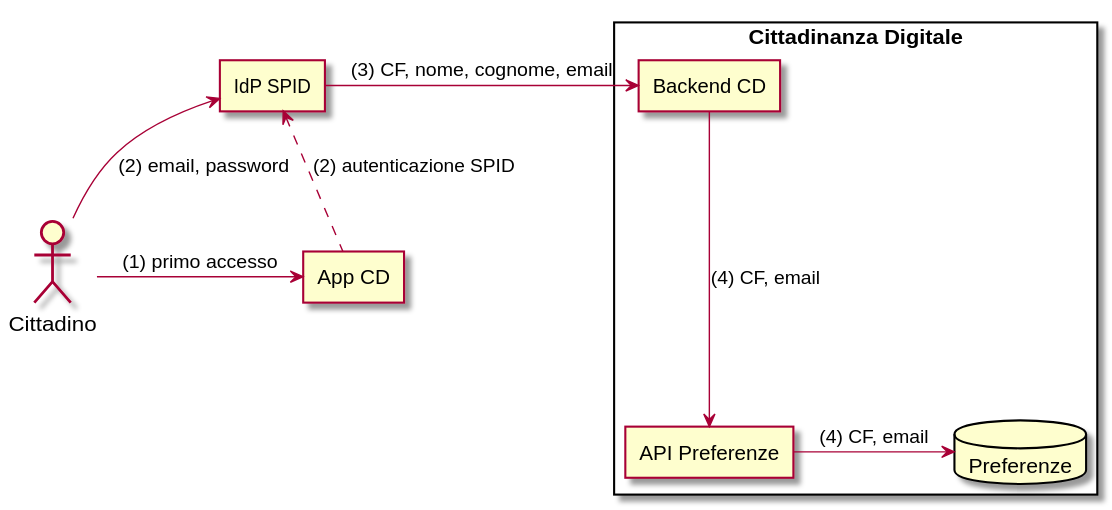
pagopa-archive/io keeps this PlantUML diagram as gdpr/diagrams/profilo-creazione.svg. Above is the earlier version.
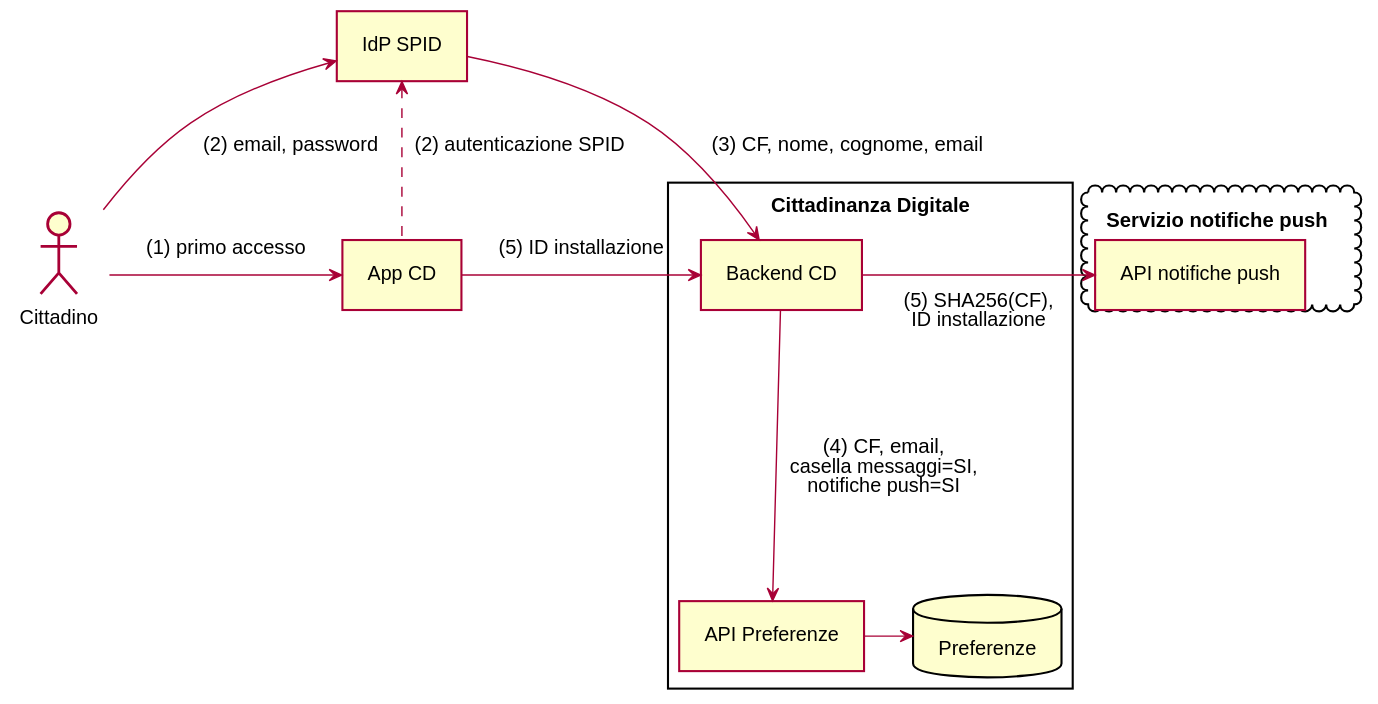
After the change.

The edit, as a diff of the source:
```diff
@@ -1,4 +1,8 @@
 @startuml
+skinparamlocked shadowing false
+skinparamlocked DefaultFontName Helvetica
+skinparamlocked DefaultFontSize 14
+skinparamlocked Padding 8
 
 :Cittadino: as cittadino
 
@@ -14,6 +18,9 @@
   database "Preferenze" as dbpreferenze
 }
 
+cloud "Servizio notifiche push" {
+  agent "API notifiche push" as apinotifiche
+}
 
 cittadino -> app : (1) primo accesso
 
@@ -23,8 +30,12 @@
 
 idp -> backend : (3) CF, nome, cognome, email
 
-backend -down-> apipreferenze : (4) CF, email
+backend -down-> apipreferenze : (4) CF, email,\ncasella messaggi=SI,\nnotifiche push=SI
 
-apipreferenze -right-> dbpreferenze : (4) CF, email
+apipreferenze -right-> dbpreferenze
+
+app -> backend : (5) ID installazione
+
+backend -right-> apinotifiche : (5) SHA256(CF),\nID installazione
 
 @enduml
```
